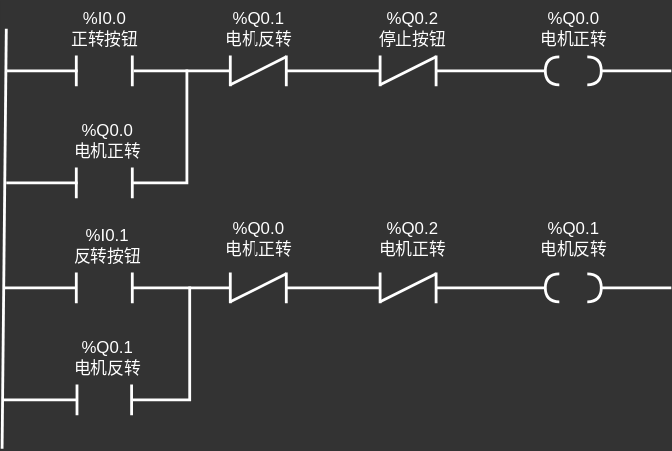
The draw.io diagram drawio/ZhengFanZhuan.svg in Stolorzs/Picgo, before a commit. Source tidied: cells renumbered, new cells last; positions are measured from the earlier drawing's top-left corner, leaving out a move shared by most shapes.
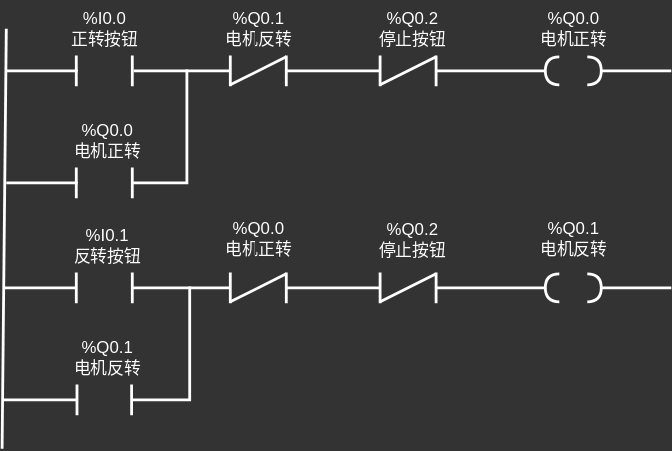
After the commit.

Change to the diagram source:
```diff
@@ -107,8 +107,8 @@
     <mxCell id="33" value="&lt;div&gt;%Q0.0&lt;/div&gt;电机正转" style="text;html=1;align=center;verticalAlign=middle;strokeColor=none;fillColor=none;fontColor=#FFFFFF;" parent="1" vertex="1">
       <mxGeometry x="148" y="150" width="70" height="40" as="geometry" />
     </mxCell>
-    <mxCell id="34" value="&lt;div&gt;%Q0.2&lt;/div&gt;电机正转" style="text;html=1;align=center;verticalAlign=middle;strokeColor=none;fillColor=none;fontColor=#FFFFFF;" parent="1" vertex="1">
-      <mxGeometry x="258" y="150" width="70" height="40" as="geometry" />
+    <mxCell id="34" value="&lt;div&gt;%Q0.2&lt;/div&gt;停止按钮" style="text;html=1;align=center;verticalAlign=middle;strokeColor=none;fillColor=none;fontColor=#FFFFFF;" parent="1" vertex="1">
+      <mxGeometry x="260" y="150" width="66" height="41" as="geometry" />
     </mxCell>
     <mxCell id="35" style="line;strokeWidth=2;html=1;strokeColor=#FFFFFF;fontColor=#FFFFFF;" parent="1" vertex="1">
       <mxGeometry x="203" y="200" width="67" height="10" as="geometry" />
```
